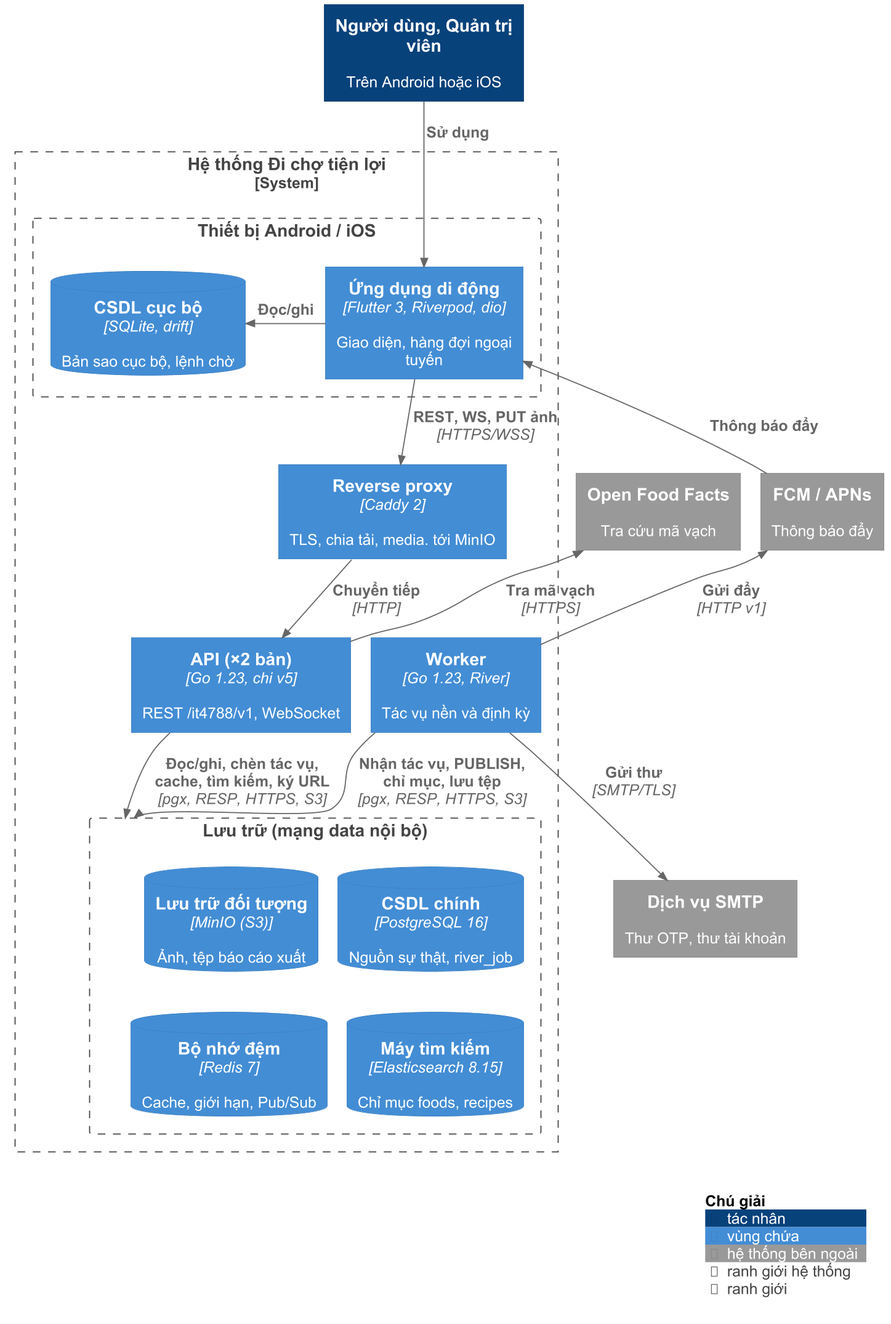
This is figures/diagrams/c3-02-c4-container.png from PhucNguyen204/report-project, a PlantUML export, as it was before one commit.
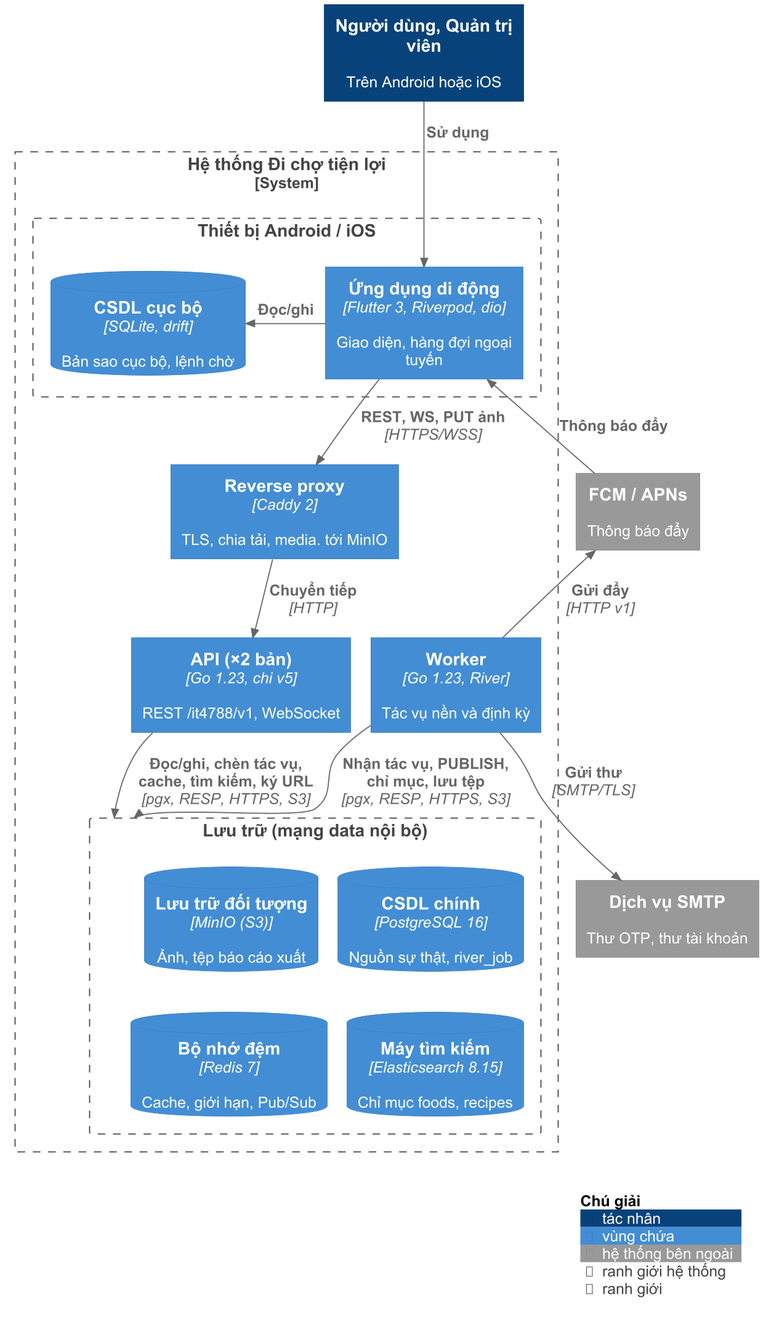
Later version of the same file.

What changed in the source:
```diff
@@ -36,7 +36,6 @@
   }
 }
 
-System_Ext(off, "Open Food Facts", "Tra cứu mã vạch")
 System_Ext(fcm, "FCM / APNs", "Thông báo đẩy")
 System_Ext(smtp, "Dịch vụ SMTP", "Thư OTP, thư tài khoản")
 
@@ -46,7 +45,6 @@
 Rel_D(caddy, api, "Chuyển tiếp", "HTTP")
 Rel_D(api, data, "Đọc/ghi, chèn tác vụ,\ncache, tìm kiếm, ký URL", "pgx, RESP, HTTPS, S3")
 Rel_D(worker, data, "Nhận tác vụ, PUBLISH,\nchỉ mục, lưu tệp", "pgx, RESP, HTTPS, S3")
-Rel_U(api, off, "Tra mã vạch", "HTTPS")
 Rel_U(worker, fcm, "Gửi đẩy", "HTTP v1")
 Rel_D(worker, smtp, "Gửi thư", "SMTP/TLS")
 Rel_L(fcm, app, "Thông báo đẩy")
@@ -55,7 +53,6 @@
 Lay_R(minio, pg)
 Lay_D(minio, redis)
 Lay_R(redis, es)
-Lay_R(caddy, off)
 Lay_D(fcm, smtp)
 
 SHOW_LEGEND()
```
